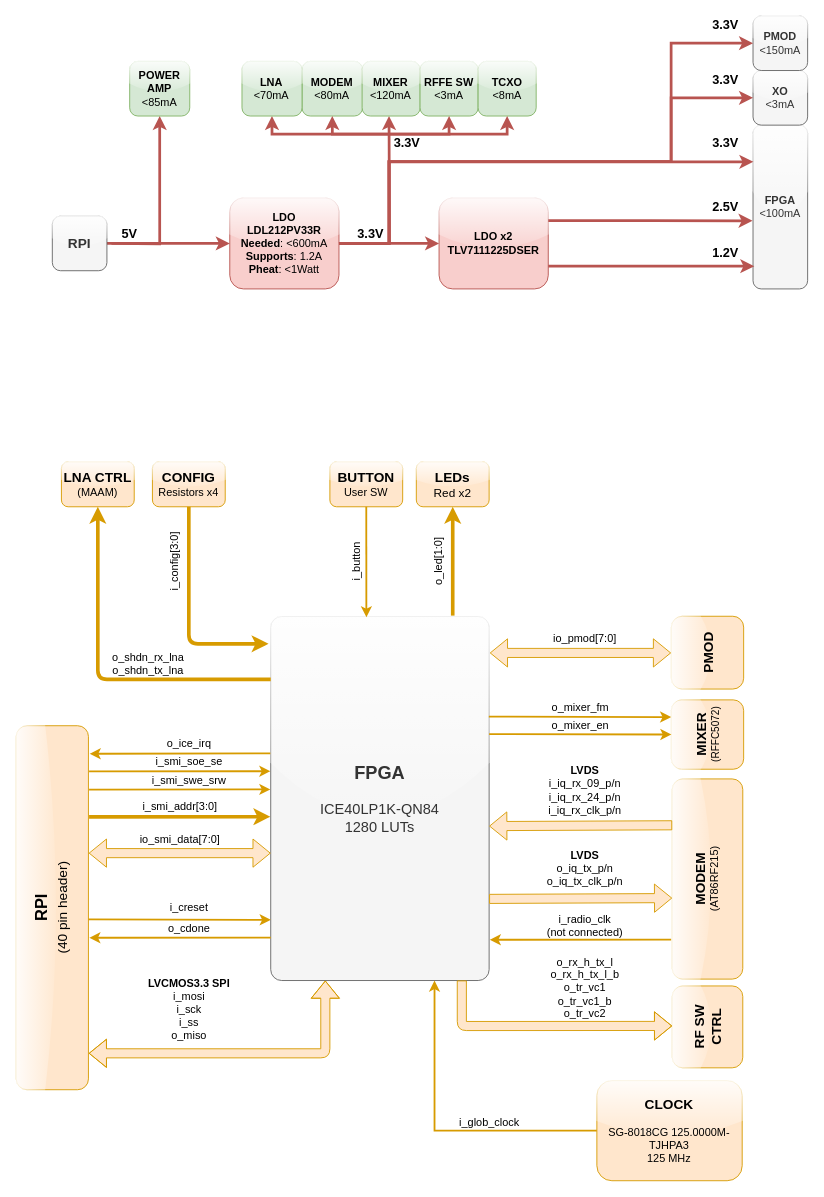
This is page "FPGA I/O" (1 of 3) of docs/fpga/FPGA_diagram.drawio from cariboulabs/cariboulite, a draw.io file, before an edit. Source tidied: cells renumbered, new cells numbered last; positions are measured from the earlier drawing's top-left corner, leaving out a move shared by most shapes. Both pictures are drawn from the tidied source at 91%, with x=0, y=0 at pixel (-130, 15).
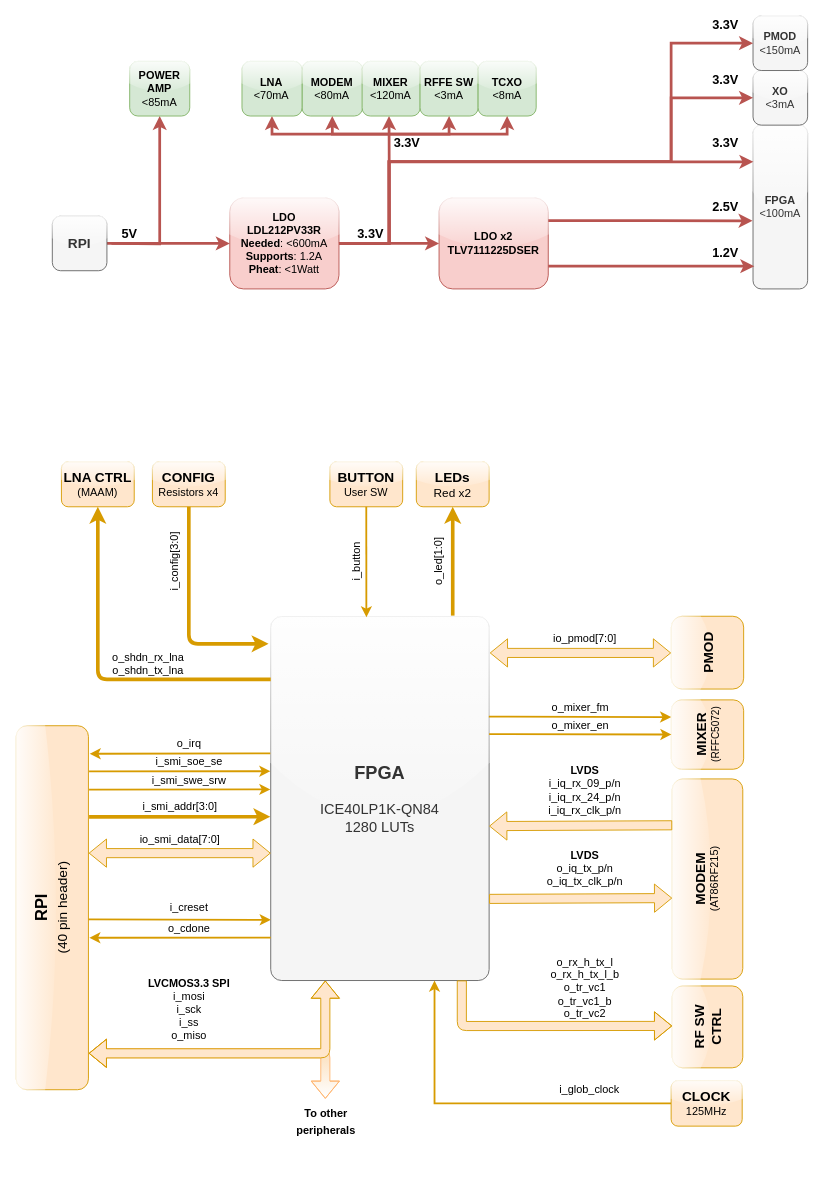
The same page after the edit.

Unchanged cells that the change refers to:
```xml
<mxCell id="2" value="&lt;font size=&quot;1&quot;&gt;&lt;b style=&quot;font-size: 20px&quot;&gt;FPGA&lt;/b&gt;&lt;/font&gt;&lt;br style=&quot;font-size: 16px&quot;&gt;&lt;br style=&quot;font-size: 16px&quot;&gt;ICE40LP1K-QN84&lt;br style=&quot;font-size: 16px&quot;&gt;1280 LUTs" style="rounded=1;whiteSpace=wrap;html=1;fillColor=#f5f5f5;strokeColor=#666666;fontColor=#333333;fontSize=16;glass=1;arcSize=5;shadow=0;sketch=0;" parent="1" vertex="1">
  <mxGeometry x="440" y="660" width="240" height="400" as="geometry" />
</mxCell>
```

Change to the diagram source:
```diff
@@
-    <mxCell id="7" value="&lt;span style=&quot;font-size: 15px&quot;&gt;&lt;b&gt;CLOCK&lt;br&gt;&lt;/b&gt;&lt;/span&gt;&lt;br&gt;SG-8018CG 125.0000M-TJHPA3&lt;br&gt;125 MHz" style="rounded=1;whiteSpace=wrap;html=1;fillColor=#ffe6cc;strokeColor=#d79b00;glass=1;" parent="1" vertex="1">
-      <mxGeometry x="798.4" y="1170" width="159.7" height="110" as="geometry" />
+    <mxCell id="7" value="&lt;span style=&quot;font-size: 15px&quot;&gt;&lt;b&gt;CLOCK&lt;br&gt;&lt;/b&gt;&lt;/span&gt;125MHz" style="rounded=1;whiteSpace=wrap;html=1;fillColor=#ffe6cc;strokeColor=#d79b00;glass=1;" parent="1" vertex="1">
+      <mxGeometry x="880" y="1170" width="78.1" height="50" as="geometry" />
     </mxCell>
@@
-    <mxCell id="12" value="i_radio_clk&lt;br&gt;(not connected)" style="text;html=1;align=center;verticalAlign=middle;" parent="1" vertex="1">
-      <mxGeometry x="735" y="985.2" width="100" height="30" as="geometry" />
-    </mxCell>
-    <mxCell id="13" style="endArrow=classic;html=1;entryX=1.003;entryY=0.888;entryDx=0;entryDy=0;entryPerimeter=0;fillColor=#ffe6cc;strokeColor=#d79b00;strokeWidth=2;" parent="1" edge="1" target="2">
-      <mxGeometry relative="1" as="geometry">
-        <mxPoint x="880" y="1015" as="sourcePoint" />
-      </mxGeometry>
-    </mxCell>
@@
     <mxCell id="19" value="i_glob_clock" style="text;html=1;align=center;verticalAlign=middle;" parent="1" vertex="1">
-      <mxGeometry x="640" y="1206" width="80" height="20" as="geometry" />
+      <mxGeometry x="750" y="1170" width="80" height="20" as="geometry" />
     </mxCell>
@@
-    <mxCell id="29" style="shape=flexArrow;endArrow=classic;startArrow=classic;html=1;strokeWidth=1;entryX=0.25;entryY=1;entryDx=0;entryDy=0;fillColor=#ffe6cc;strokeColor=#d79b00;" parent="1" edge="1" target="2">
-      <mxGeometry relative="1" as="geometry">
-        <mxPoint x="240" y="1140" as="sourcePoint" />
-        <Array as="points">
-          <mxPoint x="500" y="1140" />
-        </Array>
-      </mxGeometry>
-    </mxCell>
@@
-    <mxCell id="84" value="o_ice_irq" style="text;html=1;align=center;verticalAlign=middle;" parent="1" vertex="1">
-      <mxGeometry x="320" y="790" width="60" height="20" as="geometry" />
+    <mxCell id="84" value="o_irq" style="text;html=1;align=center;verticalAlign=middle;" parent="1" vertex="1">
+      <mxGeometry x="330" y="790" width="40" height="20" as="geometry" />
     </mxCell>
+    <mxCell id="85" style="shape=flexArrow;endArrow=classic;startArrow=classic;html=1;strokeWidth=1;fillColor=#fad7ac;sketch=0;gradientColor=#ffffff;strokeColor=#FFB570;" parent="1" edge="1">
+      <mxGeometry relative="1" as="geometry">
+        <mxPoint x="240" y="1140" as="sourcePoint" />
+        <mxPoint x="500" y="1190" as="targetPoint" />
+        <Array as="points">
+          <mxPoint x="500" y="1140" />
+        </Array>
+      </mxGeometry>
+    </mxCell>
+    <mxCell id="29" style="shape=flexArrow;endArrow=classic;startArrow=classic;html=1;strokeWidth=1;entryX=0.25;entryY=1;entryDx=0;entryDy=0;fillColor=#ffe6cc;strokeColor=#d79b00;" parent="1" edge="1" target="2">
+      <mxGeometry relative="1" as="geometry">
+        <mxPoint x="240" y="1140" as="sourcePoint" />
+        <Array as="points">
+          <mxPoint x="500" y="1140" />
+        </Array>
+      </mxGeometry>
+    </mxCell>
+    <mxCell id="86" value="&lt;div style=&quot;text-align: center&quot;&gt;&lt;span style=&quot;font-size: 12px&quot;&gt;&lt;font face=&quot;helvetica&quot;&gt;&lt;b&gt;To other peripherals&lt;/b&gt;&lt;/font&gt;&lt;/span&gt;&lt;/div&gt;" style="text;whiteSpace=wrap;html=1;fontSize=15;" parent="1" vertex="1">
+      <mxGeometry x="450" y="1190" width="100" height="50" as="geometry" />
+    </mxCell>
```
